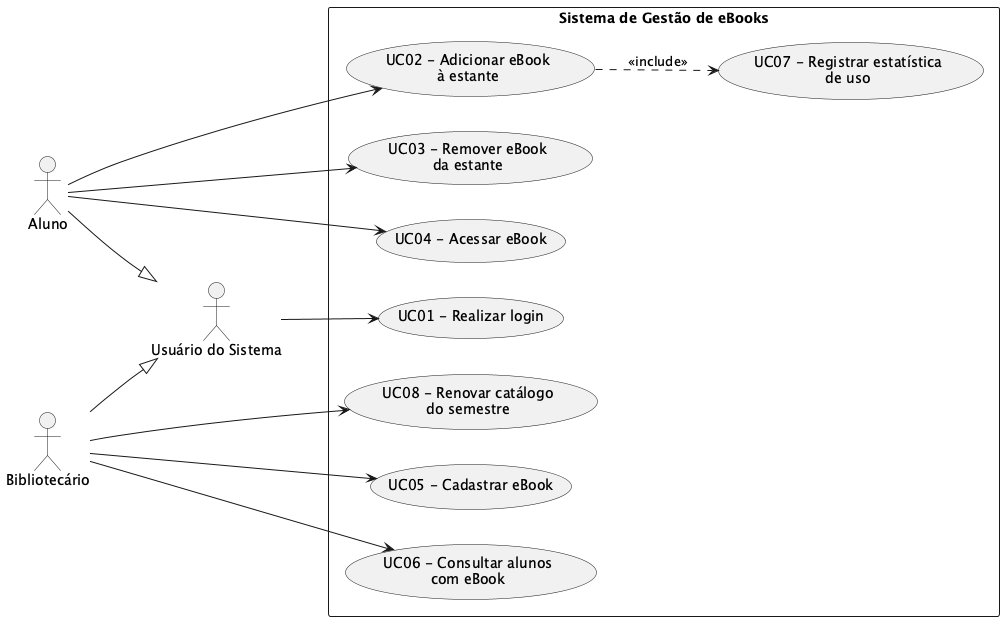
Earlier version of the PlantUML export docs/diagramas/DiagramaCasoUsoPuml.png (fillmello/lab01-ebooks-biblioteca).
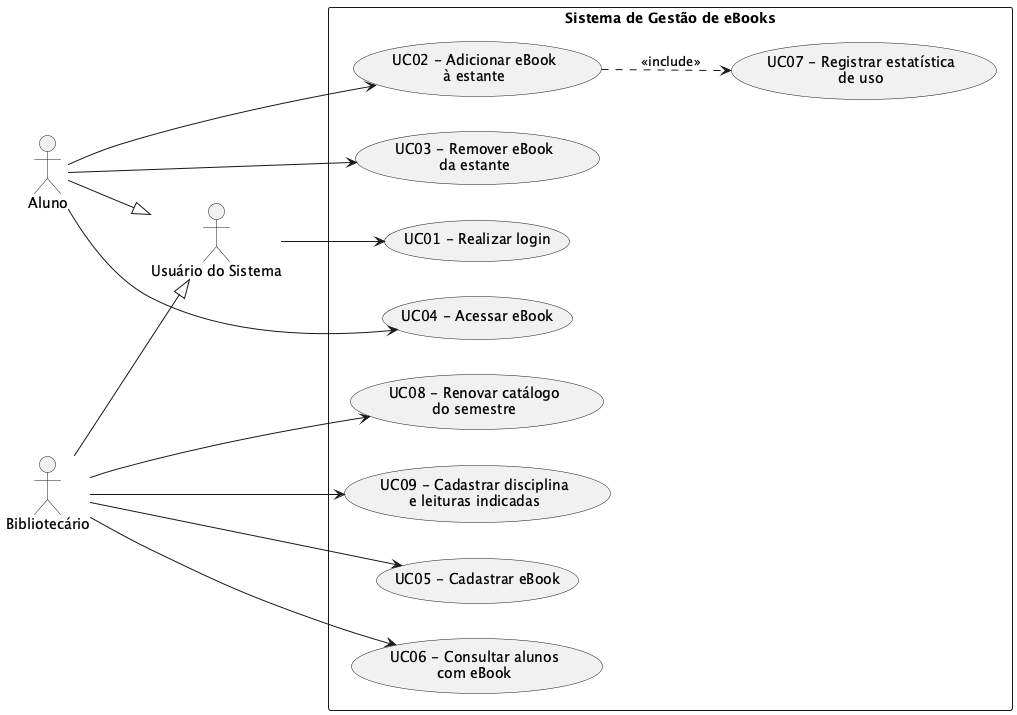
After the change.

Commit message:
feat: deriva tipo de leitura da disciplina em vez de aceitar declaracao do aluno

Change to the diagram source:
```diff
@@ -17,6 +17,7 @@
   usecase "UC06 - Consultar alunos\ncom eBook"      as UC_consultar
   usecase "UC07 - Registrar estatística\nde uso"    as UC_estatistica
   usecase "UC08 - Renovar catálogo\ndo semestre"    as UC_renovar
+  usecase "UC09 - Cadastrar disciplina\ne leituras indicadas" as UC_disciplina
 }
 
 usuario --> UC_login
@@ -28,6 +29,7 @@
 bib --> UC_cadastrar
 bib --> UC_consultar
 bib --> UC_renovar
+bib --> UC_disciplina
 
 UC_adicionar ..> UC_estatistica : <<include>>
 
```
